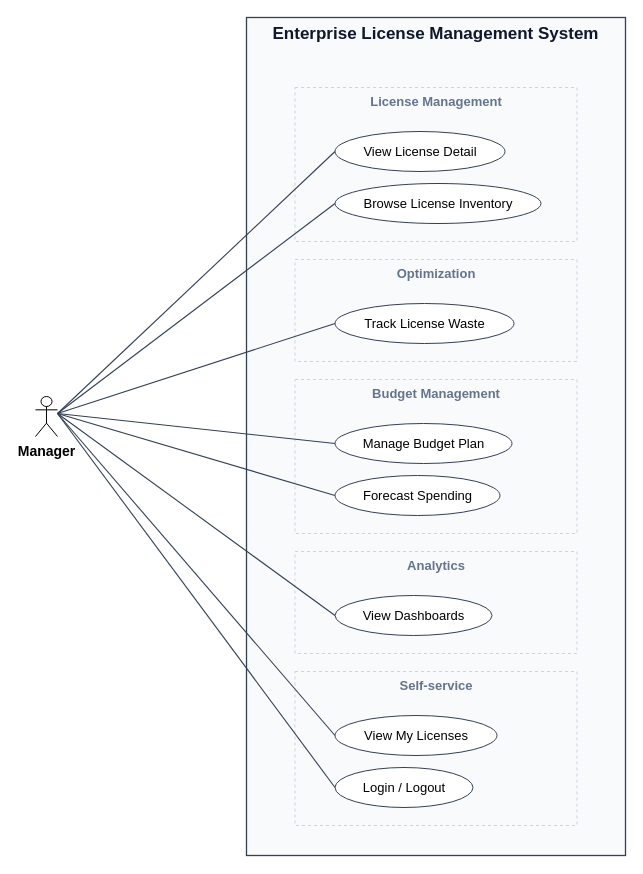
This is docs/diagrams/out/uc_manager.drawio from cuonglpv/VFast, a draw.io file, before an edit. Source tidied: cells renumbered, new cells numbered last; positions are measured from the earlier drawing's top-left corner, leaving out a move shared by most shapes. Both pictures are drawn from the tidied source at 100%, with x=0, y=0 at pixel (35, 17).
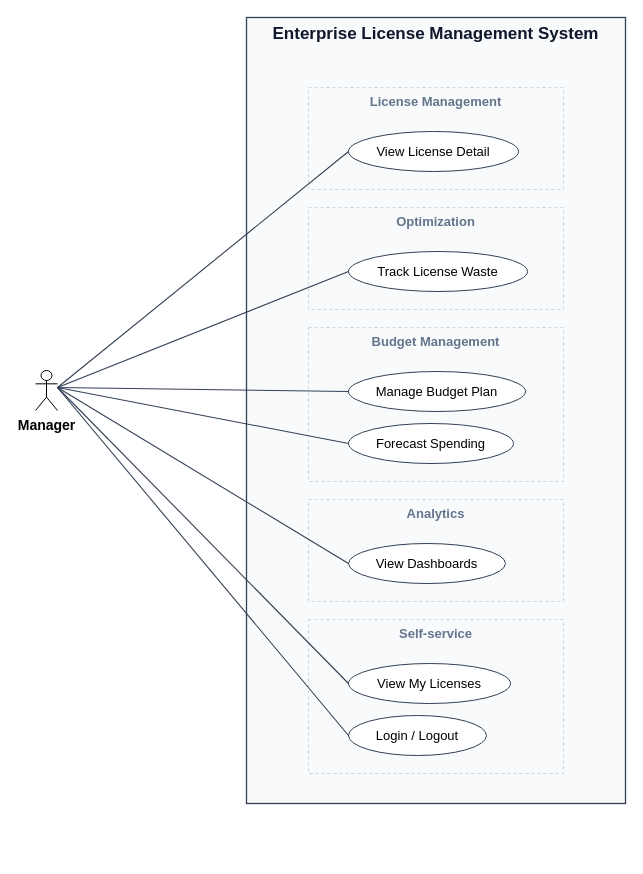
The same page after the edit.

What changed in the source:
```diff
@@
     <mxCell id="2" value="Enterprise License Management System" style="rounded=0;arcSize=0;absoluteArcSize=1;whiteSpace=wrap;html=1;fillColor=#F8FAFC;strokeColor=#334155;strokeWidth=1.3;fontSize=17;fontColor=#0f172a;align=center;verticalAlign=top;fontStyle=1;" parent="1" vertex="1">
-      <mxGeometry x="211" width="379" height="838" as="geometry" />
+      <mxGeometry x="211" width="379" height="786" as="geometry" />
     </mxCell>
     <mxCell id="3" value="License Management" style="rounded=0;arcSize=0;absoluteArcSize=1;whiteSpace=wrap;html=1;fillColor=#F8FAFC;strokeColor=#CBD5E1;strokeWidth=1;fontSize=13;fontColor=#64748B;align=center;verticalAlign=top;dashed=1;fontStyle=1;" parent="1" vertex="1">
-      <mxGeometry x="259.5" y="70" width="282" height="154" as="geometry" />
+      <mxGeometry x="273" y="70" width="255" height="102" as="geometry" />
     </mxCell>
     <mxCell id="4" value="View License Detail" style="ellipse;whiteSpace=wrap;html=1;fillColor=#ffffff;strokeColor=#334155;fontSize=13;fontColor=#000000;" parent="1" vertex="1">
-      <mxGeometry x="299.5" y="114" width="170" height="40" as="geometry" />
+      <mxGeometry x="313" y="114" width="170" height="40" as="geometry" />
     </mxCell>
-    <mxCell id="5" value="Browse License Inventory" style="ellipse;whiteSpace=wrap;html=1;fillColor=#ffffff;strokeColor=#334155;fontSize=13;fontColor=#000000;" parent="1" vertex="1">
-      <mxGeometry x="299.5" y="166" width="206" height="40" as="geometry" />
+    <mxCell id="5" value="Optimization" style="rounded=0;arcSize=0;absoluteArcSize=1;whiteSpace=wrap;html=1;fillColor=#F8FAFC;strokeColor=#CBD5E1;strokeWidth=1;fontSize=13;fontColor=#64748B;align=center;verticalAlign=top;dashed=1;fontStyle=1;" parent="1" vertex="1">
+      <mxGeometry x="273" y="190" width="255" height="102" as="geometry" />
     </mxCell>
-    <mxCell id="6" value="Optimization" style="rounded=0;arcSize=0;absoluteArcSize=1;whiteSpace=wrap;html=1;fillColor=#F8FAFC;strokeColor=#CBD5E1;strokeWidth=1;fontSize=13;fontColor=#64748B;align=center;verticalAlign=top;dashed=1;fontStyle=1;" parent="1" vertex="1">
-      <mxGeometry x="259.5" y="242" width="282" height="102" as="geometry" />
+    <mxCell id="6" value="Track License Waste" style="ellipse;whiteSpace=wrap;html=1;fillColor=#ffffff;strokeColor=#334155;fontSize=13;fontColor=#000000;" parent="1" vertex="1">
+      <mxGeometry x="313" y="234" width="179" height="40" as="geometry" />
     </mxCell>
-    <mxCell id="7" value="Track License Waste" style="ellipse;whiteSpace=wrap;html=1;fillColor=#ffffff;strokeColor=#334155;fontSize=13;fontColor=#000000;" parent="1" vertex="1">
-      <mxGeometry x="299.5" y="286" width="179" height="40" as="geometry" />
+    <mxCell id="7" value="Budget Management" style="rounded=0;arcSize=0;absoluteArcSize=1;whiteSpace=wrap;html=1;fillColor=#F8FAFC;strokeColor=#CBD5E1;strokeWidth=1;fontSize=13;fontColor=#64748B;align=center;verticalAlign=top;dashed=1;fontStyle=1;" parent="1" vertex="1">
+      <mxGeometry x="273" y="310" width="255" height="154" as="geometry" />
     </mxCell>
-    <mxCell id="8" value="Budget Management" style="rounded=0;arcSize=0;absoluteArcSize=1;whiteSpace=wrap;html=1;fillColor=#F8FAFC;strokeColor=#CBD5E1;strokeWidth=1;fontSize=13;fontColor=#64748B;align=center;verticalAlign=top;dashed=1;fontStyle=1;" parent="1" vertex="1">
-      <mxGeometry x="259.5" y="362" width="282" height="154" as="geometry" />
+    <mxCell id="8" value="Manage Budget Plan" style="ellipse;whiteSpace=wrap;html=1;fillColor=#ffffff;strokeColor=#334155;fontSize=13;fontColor=#000000;" parent="1" vertex="1">
+      <mxGeometry x="313" y="354" width="177" height="40" as="geometry" />
     </mxCell>
-    <mxCell id="9" value="Manage Budget Plan" style="ellipse;whiteSpace=wrap;html=1;fillColor=#ffffff;strokeColor=#334155;fontSize=13;fontColor=#000000;" parent="1" vertex="1">
-      <mxGeometry x="299.5" y="406" width="177" height="40" as="geometry" />
+    <mxCell id="9" value="Forecast Spending" style="ellipse;whiteSpace=wrap;html=1;fillColor=#ffffff;strokeColor=#334155;fontSize=13;fontColor=#000000;" parent="1" vertex="1">
+      <mxGeometry x="313" y="406" width="165" height="40" as="geometry" />
     </mxCell>
-    <mxCell id="10" value="Forecast Spending" style="ellipse;whiteSpace=wrap;html=1;fillColor=#ffffff;strokeColor=#334155;fontSize=13;fontColor=#000000;" parent="1" vertex="1">
-      <mxGeometry x="299.5" y="458" width="165" height="40" as="geometry" />
+    <mxCell id="10" value="Analytics" style="rounded=0;arcSize=0;absoluteArcSize=1;whiteSpace=wrap;html=1;fillColor=#F8FAFC;strokeColor=#CBD5E1;strokeWidth=1;fontSize=13;fontColor=#64748B;align=center;verticalAlign=top;dashed=1;fontStyle=1;" parent="1" vertex="1">
+      <mxGeometry x="273" y="482" width="255" height="102" as="geometry" />
     </mxCell>
-    <mxCell id="11" value="Analytics" style="rounded=0;arcSize=0;absoluteArcSize=1;whiteSpace=wrap;html=1;fillColor=#F8FAFC;strokeColor=#CBD5E1;strokeWidth=1;fontSize=13;fontColor=#64748B;align=center;verticalAlign=top;dashed=1;fontStyle=1;" parent="1" vertex="1">
-      <mxGeometry x="259.5" y="534" width="282" height="102" as="geometry" />
+    <mxCell id="11" value="View Dashboards" style="ellipse;whiteSpace=wrap;html=1;fillColor=#ffffff;strokeColor=#334155;fontSize=13;fontColor=#000000;" parent="1" vertex="1">
+      <mxGeometry x="313" y="526" width="157" height="40" as="geometry" />
     </mxCell>
-    <mxCell id="12" value="View Dashboards" style="ellipse;whiteSpace=wrap;html=1;fillColor=#ffffff;strokeColor=#334155;fontSize=13;fontColor=#000000;" parent="1" vertex="1">
-      <mxGeometry x="299.5" y="578" width="157" height="40" as="geometry" />
+    <mxCell id="12" value="Self-service" style="rounded=0;arcSize=0;absoluteArcSize=1;whiteSpace=wrap;html=1;fillColor=#F8FAFC;strokeColor=#CBD5E1;strokeWidth=1;fontSize=13;fontColor=#64748B;align=center;verticalAlign=top;dashed=1;fontStyle=1;" parent="1" vertex="1">
+      <mxGeometry x="273" y="602" width="255" height="154" as="geometry" />
     </mxCell>
-    <mxCell id="13" value="Self-service" style="rounded=0;arcSize=0;absoluteArcSize=1;whiteSpace=wrap;html=1;fillColor=#F8FAFC;strokeColor=#CBD5E1;strokeWidth=1;fontSize=13;fontColor=#64748B;align=center;verticalAlign=top;dashed=1;fontStyle=1;" parent="1" vertex="1">
-      <mxGeometry x="259.5" y="654" width="282" height="154" as="geometry" />
+    <mxCell id="13" value="View My Licenses" style="ellipse;whiteSpace=wrap;html=1;fillColor=#ffffff;strokeColor=#334155;fontSize=13;fontColor=#000000;" parent="1" vertex="1">
+      <mxGeometry x="313" y="646" width="162" height="40" as="geometry" />
     </mxCell>
-    <mxCell id="14" value="View My Licenses" style="ellipse;whiteSpace=wrap;html=1;fillColor=#ffffff;strokeColor=#334155;fontSize=13;fontColor=#000000;" parent="1" vertex="1">
-      <mxGeometry x="299.5" y="698" width="162" height="40" as="geometry" />
+    <mxCell id="14" value="Login / Logout" style="ellipse;whiteSpace=wrap;html=1;fillColor=#ffffff;strokeColor=#334155;fontSize=13;fontColor=#000000;" parent="1" vertex="1">
+      <mxGeometry x="313" y="698" width="138" height="40" as="geometry" />
     </mxCell>
-    <mxCell id="15" value="Login / Logout" style="ellipse;whiteSpace=wrap;html=1;fillColor=#ffffff;strokeColor=#334155;fontSize=13;fontColor=#000000;" parent="1" vertex="1">
-      <mxGeometry x="299.5" y="750" width="138" height="40" as="geometry" />
+    <mxCell id="15" value="Manager" style="shape=umlActor;html=1;verticalLabelPosition=bottom;verticalAlign=top;labelPosition=center;align=center;fontSize=14;fontStyle=1;" parent="1" vertex="1">
+      <mxGeometry y="353" width="22" height="40" as="geometry" />
     </mxCell>
-    <mxCell id="16" value="Manager" style="shape=umlActor;html=1;verticalLabelPosition=bottom;verticalAlign=top;labelPosition=center;align=center;fontSize=14;fontStyle=1;" parent="1" vertex="1">
-      <mxGeometry y="379" width="22" height="40" as="geometry" />
+    <mxCell id="16" style="html=1;rounded=0;endArrow=none;endFill=0;startArrow=none;startFill=0;strokeColor=#334155;strokeWidth=1.1;" parent="1" edge="1">
+      <mxGeometry relative="1" as="geometry">
+        <mxPoint x="22" y="370" as="sourcePoint" />
+        <mxPoint x="313" y="134" as="targetPoint" />
+      </mxGeometry>
     </mxCell>
     <mxCell id="17" style="html=1;rounded=0;endArrow=none;endFill=0;startArrow=none;startFill=0;strokeColor=#334155;strokeWidth=1.1;" parent="1" edge="1">
       <mxGeometry relative="1" as="geometry">
-        <mxPoint x="22" y="396" as="sourcePoint" />
-        <mxPoint x="299.5" y="134" as="targetPoint" />
+        <mxPoint x="22" y="370" as="sourcePoint" />
+        <mxPoint x="313" y="254" as="targetPoint" />
       </mxGeometry>
     </mxCell>
     <mxCell id="18" style="html=1;rounded=0;endArrow=none;endFill=0;startArrow=none;startFill=0;strokeColor=#334155;strokeWidth=1.1;" parent="1" edge="1">
       <mxGeometry relative="1" as="geometry">
-        <mxPoint x="22" y="396" as="sourcePoint" />
-        <mxPoint x="299.5" y="186" as="targetPoint" />
+        <mxPoint x="22" y="370" as="sourcePoint" />
+        <mxPoint x="313" y="374" as="targetPoint" />
       </mxGeometry>
     </mxCell>
     <mxCell id="19" style="html=1;rounded=0;endArrow=none;endFill=0;startArrow=none;startFill=0;strokeColor=#334155;strokeWidth=1.1;" parent="1" edge="1">
       <mxGeometry relative="1" as="geometry">
-        <mxPoint x="22" y="396" as="sourcePoint" />
-        <mxPoint x="299.5" y="306" as="targetPoint" />
+        <mxPoint x="22" y="370" as="sourcePoint" />
+        <mxPoint x="313" y="426" as="targetPoint" />
       </mxGeometry>
     </mxCell>
     <mxCell id="20" style="html=1;rounded=0;endArrow=none;endFill=0;startArrow=none;startFill=0;strokeColor=#334155;strokeWidth=1.1;" parent="1" edge="1">
       <mxGeometry relative="1" as="geometry">
-        <mxPoint x="22" y="396" as="sourcePoint" />
-        <mxPoint x="299.5" y="426" as="targetPoint" />
+        <mxPoint x="22" y="370" as="sourcePoint" />
+        <mxPoint x="313" y="546" as="targetPoint" />
       </mxGeometry>
     </mxCell>
     <mxCell id="21" style="html=1;rounded=0;endArrow=none;endFill=0;startArrow=none;startFill=0;strokeColor=#334155;strokeWidth=1.1;" parent="1" edge="1">
       <mxGeometry relative="1" as="geometry">
-        <mxPoint x="22" y="396" as="sourcePoint" />
-        <mxPoint x="299.5" y="478" as="targetPoint" />
+        <mxPoint x="22" y="370" as="sourcePoint" />
+        <mxPoint x="313" y="666" as="targetPoint" />
       </mxGeometry>
     </mxCell>
     <mxCell id="22" style="html=1;rounded=0;endArrow=none;endFill=0;startArrow=none;startFill=0;strokeColor=#334155;strokeWidth=1.1;" parent="1" edge="1">
       <mxGeometry relative="1" as="geometry">
-        <mxPoint x="22" y="396" as="sourcePoint" />
-        <mxPoint x="299.5" y="598" as="targetPoint" />
+        <mxPoint x="22" y="370" as="sourcePoint" />
+        <mxPoint x="313" y="718" as="targetPoint" />
       </mxGeometry>
     </mxCell>
-    <mxCell id="23" style="html=1;rounded=0;endArrow=none;endFill=0;startArrow=none;startFill=0;strokeColor=#334155;strokeWidth=1.1;" parent="1" edge="1">
-      <mxGeometry relative="1" as="geometry">
-        <mxPoint x="22" y="396" as="sourcePoint" />
-        <mxPoint x="299.5" y="718" as="targetPoint" />
-      </mxGeometry>
-    </mxCell>
-    <mxCell id="24" style="html=1;rounded=0;endArrow=none;endFill=0;startArrow=none;startFill=0;strokeColor=#334155;strokeWidth=1.1;" parent="1" edge="1">
-      <mxGeometry relative="1" as="geometry">
-        <mxPoint x="22" y="396" as="sourcePoint" />
-        <mxPoint x="299.5" y="770" as="targetPoint" />
-      </mxGeometry>
-    </mxCell>
```
